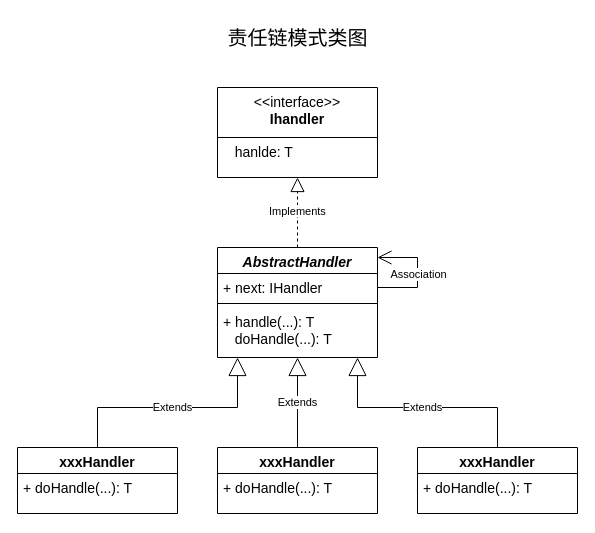
Above: 设计模式/images/责任链模式类图.drawio in yinyg/notes (draw.io), before the change. Source tidied: cells renumbered, new cells numbered last; positions are measured from the earlier drawing's top-left corner, leaving out a move shared by most shapes. Both pictures are drawn from the tidied source at 100%, with x=0, y=0 at pixel (17, 17).
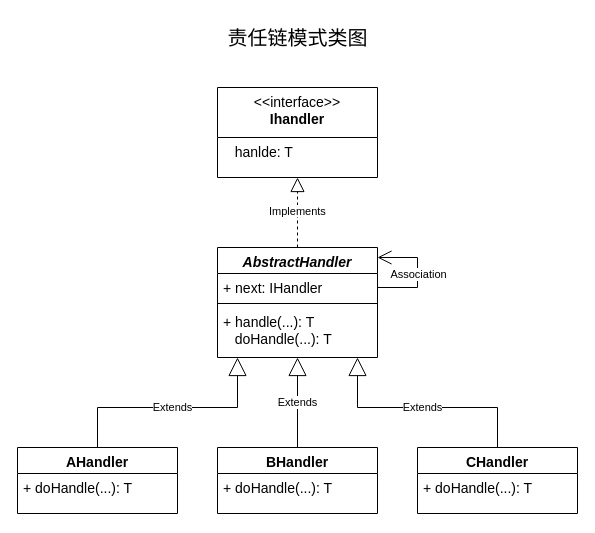
The same page after the edit.

Commit message:
更新责任链模式类图.drawio

What changed in the source:
```diff
@@
-    <mxCell id="9" value="xxxHandler" style="swimlane;fontStyle=1;align=center;verticalAlign=top;horizontal=1;startSize=26;whiteSpace=wrap;html=1;fontSize=14;" parent="1" vertex="1">
+    <mxCell id="9" value="AHandler" style="swimlane;fontStyle=1;align=center;verticalAlign=top;horizontal=1;startSize=26;whiteSpace=wrap;html=1;fontSize=14;" parent="1" vertex="1">
       <mxGeometry y="430" width="160" height="66" as="geometry" />
     </mxCell>
@@
-    <mxCell id="11" value="xxxHandler" style="swimlane;fontStyle=1;align=center;verticalAlign=top;horizontal=1;startSize=26;whiteSpace=wrap;html=1;fontSize=14;" parent="1" vertex="1">
+    <mxCell id="11" value="BHandler" style="swimlane;fontStyle=1;align=center;verticalAlign=top;horizontal=1;startSize=26;whiteSpace=wrap;html=1;fontSize=14;" parent="1" vertex="1">
       <mxGeometry x="200" y="430" width="160" height="66" as="geometry" />
     </mxCell>
@@
-    <mxCell id="13" value="xxxHandler" style="swimlane;fontStyle=1;align=center;verticalAlign=top;horizontal=1;startSize=26;whiteSpace=wrap;html=1;fontSize=14;" parent="1" vertex="1">
+    <mxCell id="13" value="CHandler" style="swimlane;fontStyle=1;align=center;verticalAlign=top;horizontal=1;startSize=26;whiteSpace=wrap;html=1;fontSize=14;" parent="1" vertex="1">
       <mxGeometry x="400" y="430" width="160" height="66" as="geometry" />
     </mxCell>
```
